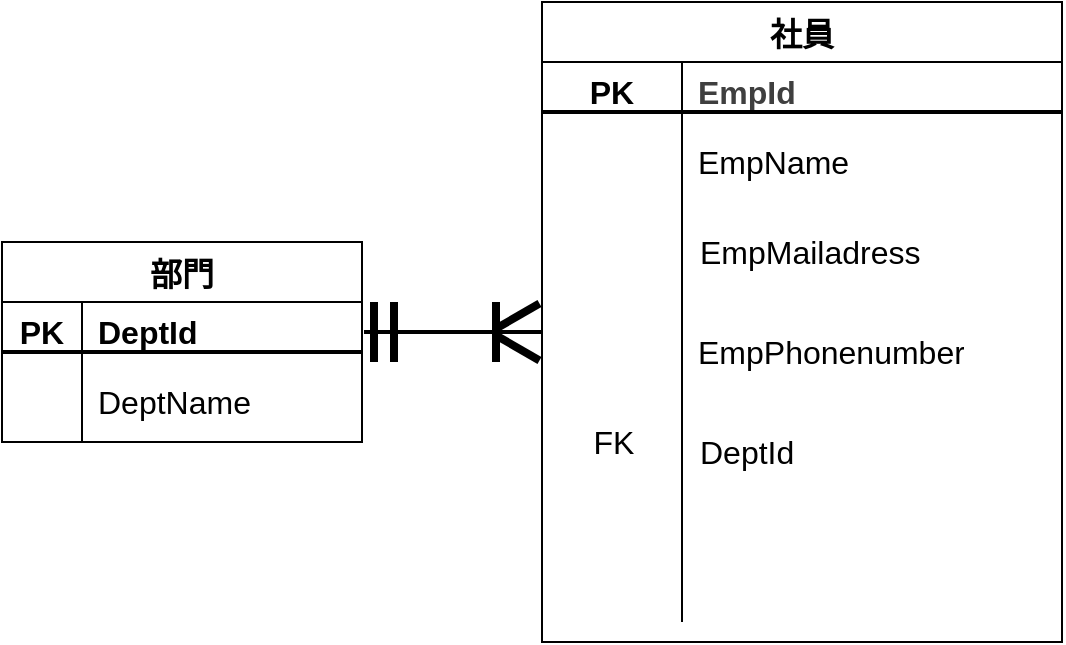
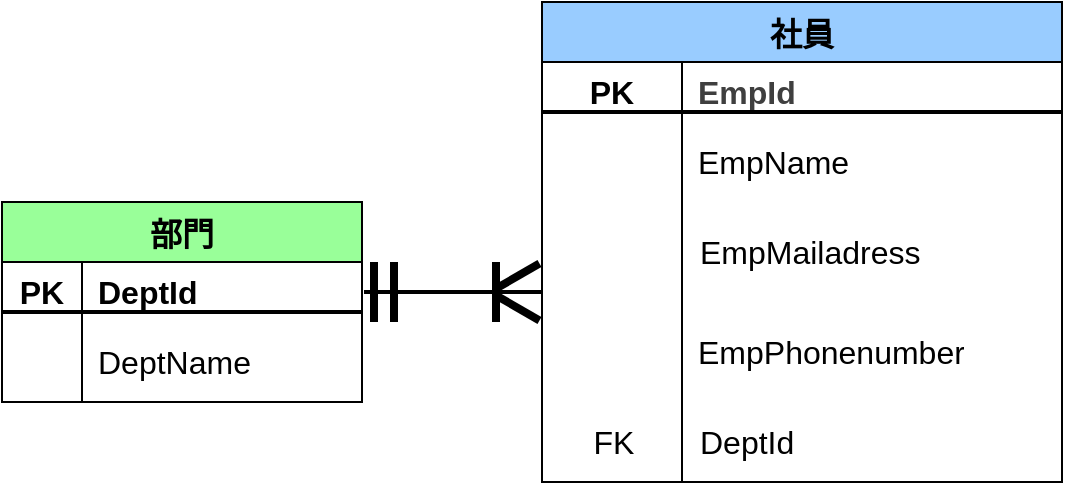
<mxfile host="65bd71144e">
    <diagram id="WxE_ewJcuUXHF8yFTwml" name="ページ1">
-         <mxGraphModel dx="710" dy="419" grid="1" gridSize="10" guides="1" tooltips="1" connect="1" arrows="1" fold="1" page="1" pageScale="1" pageWidth="827" pageHeight="1169" math="0" shadow="0">
+         <mxGraphModel dx="665" dy="381" grid="0" gridSize="10" guides="1" tooltips="1" connect="1" arrows="1" fold="1" page="0" pageScale="1" pageWidth="827" pageHeight="1169" math="0" shadow="0">
            <root>
                <mxCell id="0"/>
                <mxCell id="1" parent="0"/>
-                 <mxCell id="5" value="社員" style="shape=table;startSize=30;container=1;collapsible=0;childLayout=tableLayout;fixedRows=1;rowLines=0;fontStyle=1;strokeColor=default;fontSize=16;" parent="1" vertex="1">
-                     <mxGeometry x="450" y="70" width="260" height="320" as="geometry"/>
+                 <mxCell id="5" value="社員" style="shape=table;startSize=30;container=1;collapsible=0;childLayout=tableLayout;fixedRows=1;rowLines=0;fontStyle=1;strokeColor=default;fontSize=16;fillColor=#99CCFF;" parent="1" vertex="1">
+                     <mxGeometry x="450" y="70" width="260" height="240" as="geometry"/>
                </mxCell>
                <mxCell id="6" value="" style="shape=tableRow;horizontal=0;startSize=0;swimlaneHead=0;swimlaneBody=0;top=0;left=0;bottom=0;right=0;collapsible=0;dropTarget=0;fillColor=none;points=[[0,0.5],[1,0.5]];portConstraint=eastwest;strokeColor=inherit;fontSize=16;" parent="5" vertex="1">
                    <mxGeometry y="30" width="260" height="30" as="geometry"/>
                </mxCell>
                <mxCell id="7" value="PK" style="shape=partialRectangle;html=1;whiteSpace=wrap;connectable=0;fillColor=none;top=0;left=0;bottom=0;right=0;overflow=hidden;pointerEvents=1;strokeColor=inherit;fontSize=16;fontStyle=1" parent="6" vertex="1">
                    <mxGeometry width="70" height="30" as="geometry">
                        <mxRectangle width="70" height="30" as="alternateBounds"/>
                    </mxGeometry>
                </mxCell>
                <mxCell id="8" value="&lt;span style=&quot;color: rgb(63, 63, 63); background-color: transparent;&quot;&gt;EmpId&lt;/span&gt;&lt;span style=&quot;color: rgb(63, 63, 63); background-color: transparent; white-space: pre;&quot;&gt;&#x9;&lt;/span&gt;" style="shape=partialRectangle;html=1;whiteSpace=wrap;connectable=0;fillColor=none;top=0;left=0;bottom=0;right=0;align=left;spacingLeft=6;overflow=hidden;strokeColor=inherit;fontSize=16;fontStyle=1" parent="6" vertex="1">
                    <mxGeometry x="70" width="190" height="30" as="geometry">
                        <mxRectangle width="190" height="30" as="alternateBounds"/>
                    </mxGeometry>
                </mxCell>
                <mxCell id="9" value="" style="shape=tableRow;horizontal=0;startSize=0;swimlaneHead=0;swimlaneBody=0;top=0;left=0;bottom=0;right=0;collapsible=0;dropTarget=0;fillColor=none;points=[[0,0.5],[1,0.5]];portConstraint=eastwest;strokeColor=inherit;fontSize=16;" parent="5" vertex="1">
                    <mxGeometry y="60" width="260" height="40" as="geometry"/>
                </mxCell>
                <mxCell id="10" value="" style="shape=partialRectangle;html=1;whiteSpace=wrap;connectable=0;fillColor=none;top=0;left=0;bottom=0;right=0;overflow=hidden;strokeColor=inherit;fontSize=16;" parent="9" vertex="1">
                    <mxGeometry width="70" height="40" as="geometry">
                        <mxRectangle width="70" height="40" as="alternateBounds"/>
                    </mxGeometry>
                </mxCell>
                <mxCell id="11" value="&lt;div&gt;EmpName&lt;/div&gt;" style="shape=partialRectangle;html=1;whiteSpace=wrap;connectable=0;fillColor=none;top=0;left=0;bottom=0;right=0;align=left;spacingLeft=6;overflow=hidden;strokeColor=inherit;fontSize=16;" parent="9" vertex="1">
                    <mxGeometry x="70" width="190" height="40" as="geometry">
                        <mxRectangle width="190" height="40" as="alternateBounds"/>
                    </mxGeometry>
                </mxCell>
                <mxCell id="12" value="" style="shape=tableRow;horizontal=0;startSize=0;swimlaneHead=0;swimlaneBody=0;top=0;left=0;bottom=0;right=0;collapsible=0;dropTarget=0;fillColor=none;points=[[0,0.5],[1,0.5]];portConstraint=eastwest;strokeColor=inherit;fontSize=16;" parent="5" vertex="1">
-                     <mxGeometry y="100" width="260" height="210" as="geometry"/>
+                     <mxGeometry y="100" width="260" height="140" as="geometry"/>
                </mxCell>
                <mxCell id="13" value="" style="shape=partialRectangle;html=1;whiteSpace=wrap;connectable=0;fillColor=none;top=0;left=0;bottom=0;right=0;overflow=hidden;strokeColor=inherit;fontSize=16;" parent="12" vertex="1">
-                     <mxGeometry width="70" height="210" as="geometry">
-                         <mxRectangle width="70" height="210" as="alternateBounds"/>
+                     <mxGeometry width="70" height="140" as="geometry">
+                         <mxRectangle width="70" height="140" as="alternateBounds"/>
                    </mxGeometry>
                </mxCell>
                <mxCell id="14" value="" style="shape=partialRectangle;html=1;whiteSpace=wrap;connectable=0;fillColor=none;top=0;left=0;bottom=0;right=0;align=left;spacingLeft=6;overflow=hidden;strokeColor=inherit;fontSize=16;" parent="12" vertex="1">
-                     <mxGeometry x="70" width="190" height="210" as="geometry">
-                         <mxRectangle width="190" height="210" as="alternateBounds"/>
+                     <mxGeometry x="70" width="190" height="140" as="geometry">
+                         <mxRectangle width="190" height="140" as="alternateBounds"/>
                    </mxGeometry>
                </mxCell>
                <mxCell id="27" value="&lt;div&gt;EmpPhonenumber&lt;/div&gt;" style="shape=partialRectangle;html=1;whiteSpace=wrap;connectable=0;fillColor=none;top=0;left=0;bottom=0;right=0;align=left;spacingLeft=6;overflow=hidden;strokeColor=inherit;fontSize=16;" parent="1" vertex="1">
                    <mxGeometry x="520" y="214.5" width="189" height="60" as="geometry">
                        <mxRectangle width="189" height="30" as="alternateBounds"/>
                    </mxGeometry>
                </mxCell>
                <mxCell id="30" value="&lt;div&gt;DeptId&lt;/div&gt;" style="shape=partialRectangle;html=1;whiteSpace=wrap;connectable=0;fillColor=none;top=0;left=0;bottom=0;right=0;align=left;spacingLeft=6;overflow=hidden;strokeColor=inherit;fontSize=16;" parent="1" vertex="1">
-                     <mxGeometry x="521" y="274.5" width="189" height="40" as="geometry">
+                     <mxGeometry x="521" y="269.5" width="189" height="40" as="geometry">
                        <mxRectangle width="189" height="30" as="alternateBounds"/>
                    </mxGeometry>
                </mxCell>
                <mxCell id="31" value="&lt;div&gt;EmpMailadress&lt;/div&gt;" style="shape=partialRectangle;html=1;whiteSpace=wrap;connectable=0;fillColor=none;top=0;left=0;bottom=0;right=0;align=left;spacingLeft=6;overflow=hidden;strokeColor=inherit;fontSize=16;" parent="1" vertex="1">
                    <mxGeometry x="521" y="170" width="189" height="50" as="geometry">
                        <mxRectangle width="189" height="30" as="alternateBounds"/>
                    </mxGeometry>
                </mxCell>
                <mxCell id="32" value="FK" style="shape=partialRectangle;html=1;whiteSpace=wrap;connectable=0;fillColor=none;top=0;left=0;bottom=0;right=0;overflow=hidden;pointerEvents=1;strokeColor=inherit;fontSize=16;" parent="1" vertex="1">
                    <mxGeometry x="451" y="274.5" width="70" height="30" as="geometry">
                        <mxRectangle width="70" height="30" as="alternateBounds"/>
                    </mxGeometry>
                </mxCell>
                <mxCell id="33" value="" style="line;strokeWidth=2;html=1;" parent="1" vertex="1">
                    <mxGeometry x="450" y="120" width="260" height="10" as="geometry"/>
                </mxCell>
-                 <mxCell id="34" value="部門" style="shape=table;startSize=30;container=1;collapsible=0;childLayout=tableLayout;fixedRows=1;rowLines=0;fontStyle=1;strokeColor=default;fontSize=16;" parent="1" vertex="1">
-                     <mxGeometry x="180" y="190" width="180" height="100" as="geometry"/>
+                 <mxCell id="34" value="部門" style="shape=table;startSize=30;container=1;collapsible=0;childLayout=tableLayout;fixedRows=1;rowLines=0;fontStyle=1;strokeColor=default;fontSize=16;fillColor=#99FF99;" parent="1" vertex="1">
+                     <mxGeometry x="180" y="170" width="180" height="100" as="geometry"/>
                </mxCell>
                <mxCell id="35" value="" style="shape=tableRow;horizontal=0;startSize=0;swimlaneHead=0;swimlaneBody=0;top=0;left=0;bottom=0;right=0;collapsible=0;dropTarget=0;fillColor=none;points=[[0,0.5],[1,0.5]];portConstraint=eastwest;strokeColor=inherit;fontSize=16;" parent="34" vertex="1">
                    <mxGeometry y="30" width="180" height="30" as="geometry"/>
                </mxCell>
                <mxCell id="36" value="PK" style="shape=partialRectangle;html=1;whiteSpace=wrap;connectable=0;fillColor=none;top=0;left=0;bottom=0;right=0;overflow=hidden;pointerEvents=1;strokeColor=inherit;fontSize=16;fontStyle=1" parent="35" vertex="1">
                    <mxGeometry width="40" height="30" as="geometry">
                        <mxRectangle width="40" height="30" as="alternateBounds"/>
                    </mxGeometry>
                </mxCell>
                <mxCell id="37" value="DeptId" style="shape=partialRectangle;html=1;whiteSpace=wrap;connectable=0;fillColor=none;top=0;left=0;bottom=0;right=0;align=left;spacingLeft=6;overflow=hidden;strokeColor=inherit;fontSize=16;fontStyle=1" parent="35" vertex="1">
                    <mxGeometry x="40" width="140" height="30" as="geometry">
                        <mxRectangle width="140" height="30" as="alternateBounds"/>
                    </mxGeometry>
                </mxCell>
                <mxCell id="38" value="" style="shape=tableRow;horizontal=0;startSize=0;swimlaneHead=0;swimlaneBody=0;top=0;left=0;bottom=0;right=0;collapsible=0;dropTarget=0;fillColor=none;points=[[0,0.5],[1,0.5]];portConstraint=eastwest;strokeColor=inherit;fontSize=16;" parent="34" vertex="1">
                    <mxGeometry y="60" width="180" height="40" as="geometry"/>
                </mxCell>
                <mxCell id="39" value="" style="shape=partialRectangle;html=1;whiteSpace=wrap;connectable=0;fillColor=none;top=0;left=0;bottom=0;right=0;overflow=hidden;strokeColor=inherit;fontSize=16;" parent="38" vertex="1">
                    <mxGeometry width="40" height="40" as="geometry">
                        <mxRectangle width="40" height="40" as="alternateBounds"/>
                    </mxGeometry>
                </mxCell>
                <mxCell id="40" value="&lt;div&gt;DeptName&lt;/div&gt;" style="shape=partialRectangle;html=1;whiteSpace=wrap;connectable=0;fillColor=none;top=0;left=0;bottom=0;right=0;align=left;spacingLeft=6;overflow=hidden;strokeColor=inherit;fontSize=16;" parent="38" vertex="1">
                    <mxGeometry x="40" width="140" height="40" as="geometry">
                        <mxRectangle width="140" height="40" as="alternateBounds"/>
                    </mxGeometry>
                </mxCell>
                <mxCell id="44" value="" style="line;strokeWidth=2;html=1;" parent="1" vertex="1">
-                     <mxGeometry x="180" y="240" width="180" height="10" as="geometry"/>
+                     <mxGeometry x="180" y="220" width="180" height="10" as="geometry"/>
                </mxCell>
                <mxCell id="46" value="" style="line;strokeWidth=2;html=1;" parent="1" vertex="1">
-                     <mxGeometry x="361" y="230" width="89" height="10" as="geometry"/>
+                     <mxGeometry x="361" y="210" width="89" height="10" as="geometry"/>
                </mxCell>
                <mxCell id="50" value="" style="line;strokeWidth=4;direction=south;html=1;perimeter=backbonePerimeter;points=[];outlineConnect=0;" parent="1" vertex="1">
-                     <mxGeometry x="361" y="220" width="10" height="30" as="geometry"/>
+                     <mxGeometry x="361" y="200" width="10" height="30" as="geometry"/>
                </mxCell>
                <mxCell id="51" value="" style="line;strokeWidth=4;direction=south;html=1;perimeter=backbonePerimeter;points=[];outlineConnect=0;" parent="1" vertex="1">
-                     <mxGeometry x="371" y="220" width="10" height="30" as="geometry"/>
+                     <mxGeometry x="371" y="200" width="10" height="30" as="geometry"/>
                </mxCell>
                <mxCell id="52" value="" style="line;strokeWidth=4;direction=south;html=1;perimeter=backbonePerimeter;points=[];outlineConnect=0;" parent="1" vertex="1">
-                     <mxGeometry x="422" y="220" width="10" height="30" as="geometry"/>
+                     <mxGeometry x="422" y="200" width="10" height="30" as="geometry"/>
                </mxCell>
                <mxCell id="53" value="" style="line;strokeWidth=4;direction=south;html=1;perimeter=backbonePerimeter;points=[];outlineConnect=0;rotation=-60;" parent="1" vertex="1">
-                     <mxGeometry x="432.92" y="230.5" width="10" height="25" as="geometry"/>
+                     <mxGeometry x="432.92" y="210.5" width="10" height="25" as="geometry"/>
                </mxCell>
                <mxCell id="55" value="" style="line;strokeWidth=4;direction=south;html=1;perimeter=backbonePerimeter;points=[];outlineConnect=0;rotation=-120;" parent="1" vertex="1">
-                     <mxGeometry x="432.92" y="214.5" width="10" height="25" as="geometry"/>
+                     <mxGeometry x="432.92" y="194.5" width="10" height="25" as="geometry"/>
                </mxCell>
            </root>
        </mxGraphModel>
    </diagram>
</mxfile>